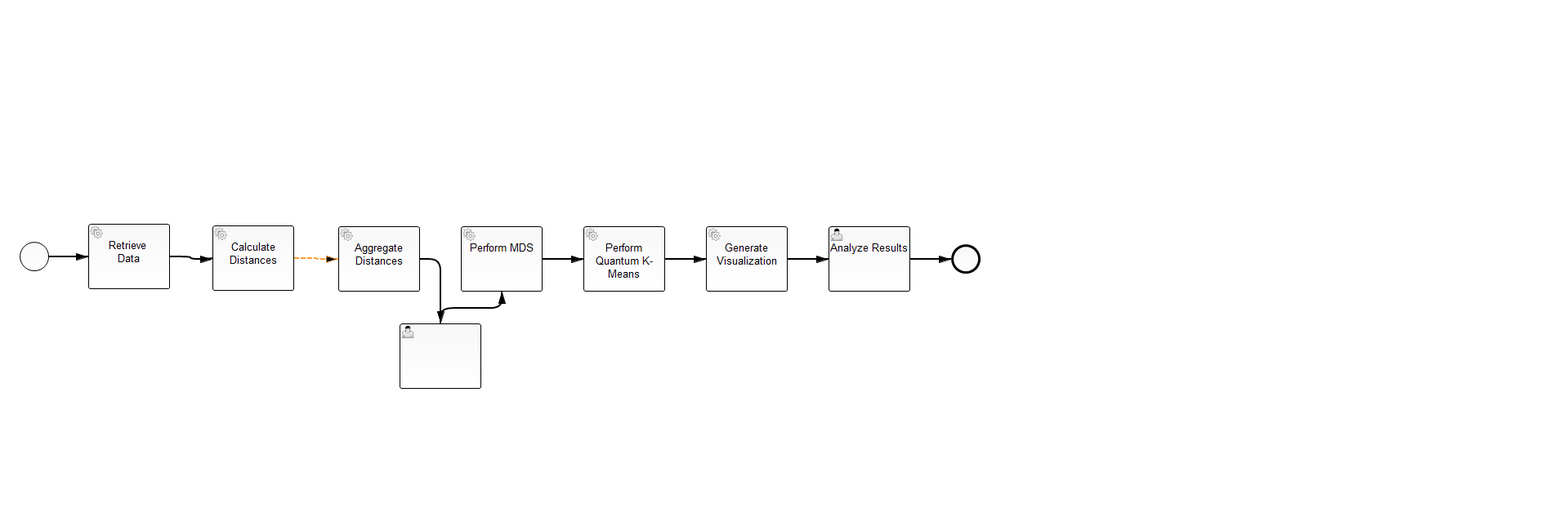
The BPMN diagram workflow/src/main/resources/qhana-workflow-demonstrator.png in wederbn/qhana-workflow-low-code, before a commit. Its source is kept beside it as workflow/src/main/resources/qhana-workflow-demonstrator.bpmn. Ids are renumbered.
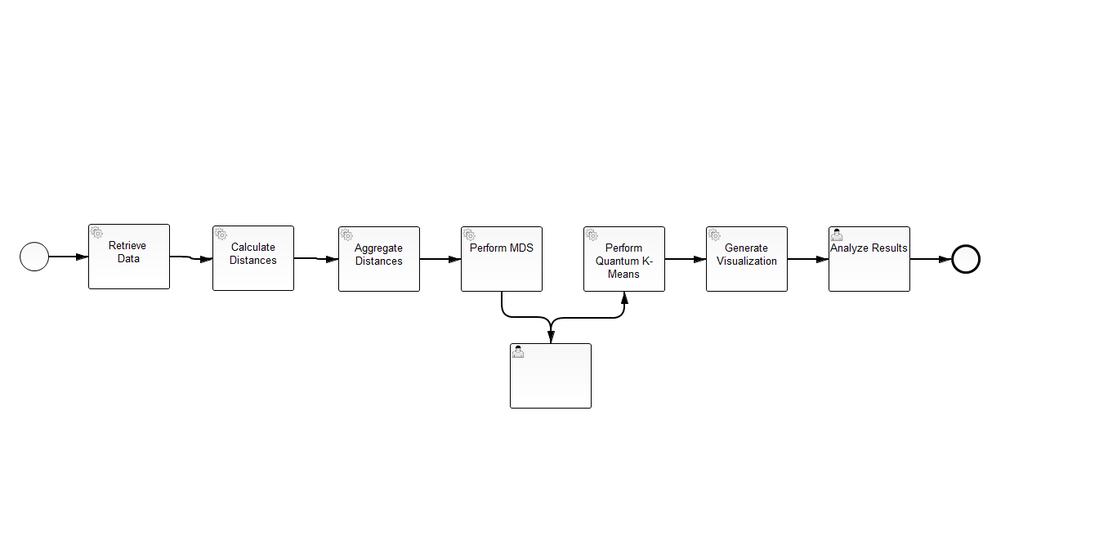
Later version of the same file.

Commit message:
Finalize workflow until MDS

Diff of the diagram source:
```diff
@@ -1,28 +1,27 @@
 <bpmn:definitions xmlns:xsi="http://www.w3.org/2001/XMLSchema-instance" xmlns:bpmn="http://www.omg.org/spec/BPMN/20100524/MODEL" xmlns:bpmndi="http://www.omg.org/spec/BPMN/20100524/DI" xmlns:camunda="http://camunda.org/schema/1.0/bpmn" xmlns:dc="http://www.omg.org/spec/DD/20100524/DC" xmlns:di="http://www.omg.org/spec/DD/20100524/DI" xsi:schemaLocation="http://www.omg.org/spec/BPMN/20100524/MODEL BPMN20.xsd" id="Definitions_n1" exporter="QuantME Modeler" exporterVersion="4.4.0" targetNamespace="http://bpmn.io/schema/bpmn">
   <bpmn:process id="quantum-workflow-demonstrator" isExecutable="true">
-    <bpmn:serviceTask id="Task_n2" camunda:async="true" camunda:class="org.quantil.quantme.demonstrator.tasks.AggregateDistancesTask" name="Aggregate Distances">
+    <bpmn:serviceTask id="Task_n2" camunda:async="true" camunda:class="org.quantil.quantme.demonstrator.tasks.AggregateDistancesTask" camunda:asyncAfter="true" name="Aggregate Distances">
       <bpmn:incoming>SequenceFlow_9</bpmn:incoming>
-      <bpmn:outgoing>SequenceFlow_1</bpmn:outgoing>
+      <bpmn:outgoing>SequenceFlow_3</bpmn:outgoing>
     </bpmn:serviceTask>
-    <bpmn:serviceTask id="ServiceTask_10" camunda:class="org.quantil.quantme.demonstrator.tasks.CalculateDistancesTask" camunda:async="true" name="Calculate Distances">
+    <bpmn:serviceTask id="ServiceTask_10" camunda:class="org.quantil.quantme.demonstrator.tasks.CalculateDistancesTask" camunda:async="true" camunda:asyncAfter="true" name="Calculate Distances">
       <bpmn:incoming>SequenceFlow_11</bpmn:incoming>
       <bpmn:outgoing>SequenceFlow_9</bpmn:outgoing>
     </bpmn:serviceTask>
-    <bpmn:serviceTask id="ServiceTask_9" camunda:class="org.quantil.quantme.demonstrator.tasks.DataLoadingTask" camunda:async="true" name="Retrieve &#xD;&#xA;Data">
+    <bpmn:serviceTask id="ServiceTask_9" camunda:class="org.quantil.quantme.demonstrator.tasks.DataLoadingTask" camunda:async="true" camunda:asyncAfter="true" name="Retrieve &#xD;&#xA;Data">
       <bpmn:incoming>SequenceFlow_n3</bpmn:incoming>
       <bpmn:outgoing>SequenceFlow_11</bpmn:outgoing>
     </bpmn:serviceTask>
     <bpmn:sequenceFlow id="SequenceFlow_11" name="" sourceRef="ServiceTask_9" targetRef="ServiceTask_10"/>
-    <bpmn:serviceTask id="ServiceTask_3" camunda:class="org.quantil.quantme.demonstrator.tasks.PerformMDSTask" name="Perform MDS">
-      <bpmn:incoming>SequenceFlow_2</bpmn:incoming>
-      <bpmn:outgoing>SequenceFlow_4</bpmn:outgoing>
+    <bpmn:serviceTask id="ServiceTask_3" camunda:class="org.quantil.quantme.demonstrator.tasks.PerformMDSTask" camunda:async="true" camunda:asyncAfter="true" name="Perform MDS">
+      <bpmn:incoming>SequenceFlow_3</bpmn:incoming>
+      <bpmn:outgoing>SequenceFlow_8</bpmn:outgoing>
     </bpmn:serviceTask>
-    <bpmn:serviceTask id="ServiceTask_4" camunda:class="org.quantil.quantme.demonstrator.tasks.PerformQuantumKMeansTask" name="Perform Quantum K-Means">
-      <bpmn:incoming>SequenceFlow_4</bpmn:incoming>
+    <bpmn:serviceTask id="ServiceTask_4" camunda:class="org.quantil.quantme.demonstrator.tasks.PerformQuantumKMeansTask" camunda:async="true" camunda:asyncAfter="true" name="Perform Quantum K-Means">
+      <bpmn:incoming>SequenceFlow_10</bpmn:incoming>
       <bpmn:outgoing>SequenceFlow_5</bpmn:outgoing>
     </bpmn:serviceTask>
-    <bpmn:sequenceFlow id="SequenceFlow_4" name="" sourceRef="ServiceTask_3" targetRef="ServiceTask_4"/>
-    <bpmn:serviceTask id="ServiceTask_5" camunda:class="org.quantil.quantme.demonstrator.tasks.GenerateVisualizationTask" name="Generate Visualization">
+    <bpmn:serviceTask id="ServiceTask_5" camunda:class="org.quantil.quantme.demonstrator.tasks.GenerateVisualizationTask" camunda:async="true" camunda:asyncAfter="true" name="Generate Visualization">
       <bpmn:incoming>SequenceFlow_5</bpmn:incoming>
       <bpmn:outgoing>SequenceFlow_6</bpmn:outgoing>
     </bpmn:serviceTask>
@@ -40,13 +39,14 @@
       <bpmn:outgoing>SequenceFlow_n3</bpmn:outgoing>
     </bpmn:startEvent>
     <bpmn:sequenceFlow id="SequenceFlow_n3" sourceRef="StartEvent_1" targetRef="ServiceTask_9"/>
-    <bpmn:sequenceFlow id="SequenceFlow_1" name="" sourceRef="Task_n2" targetRef="UserTask_2"/>
-    <bpmn:userTask id="UserTask_2">
-      <bpmn:incoming>SequenceFlow_1</bpmn:incoming>
-      <bpmn:outgoing>SequenceFlow_2</bpmn:outgoing>
+    <bpmn:sequenceFlow id="SequenceFlow_9" name="" sourceRef="ServiceTask_10" targetRef="Task_n2"/>
+    <bpmn:sequenceFlow id="SequenceFlow_3" name="" sourceRef="Task_n2" targetRef="ServiceTask_3"/>
+    <bpmn:sequenceFlow id="SequenceFlow_8" name="" sourceRef="ServiceTask_3" targetRef="UserTask_3"/>
+    <bpmn:userTask id="UserTask_3">
+      <bpmn:incoming>SequenceFlow_8</bpmn:incoming>
+      <bpmn:outgoing>SequenceFlow_10</bpmn:outgoing>
     </bpmn:userTask>
-    <bpmn:sequenceFlow id="SequenceFlow_2" name="" sourceRef="UserTask_2" targetRef="ServiceTask_3"/>
-    <bpmn:sequenceFlow id="SequenceFlow_9" name="" sourceRef="ServiceTask_10" targetRef="Task_n2"/>
+    <bpmn:sequenceFlow id="SequenceFlow_10" name="" sourceRef="UserTask_3" targetRef="ServiceTask_4"/>
   </bpmn:process>
   <bpmndi:BPMNDiagram id="BPMNDiagram_1">
     <bpmndi:BPMNPlane id="BPMNPlane_1" bpmnElement="quantum-workflow-demonstrator">
@@ -87,10 +87,6 @@
       <bpmndi:BPMNShape id="_BPMNShape_ServiceTask_14" bpmnElement="ServiceTask_4">
         <dc:Bounds height="80.0" width="100.0" x="714.0" y="277.0"/>
       </bpmndi:BPMNShape>
-      <bpmndi:BPMNEdge id="BPMNEdge_SequenceFlow_4" bpmnElement="SequenceFlow_4" sourceElement="_BPMNShape_ServiceTask_13" targetElement="_BPMNShape_ServiceTask_14">
-        <di:waypoint xsi:type="dc:Point" x="664.0" y="317.0"/>
-        <di:waypoint xsi:type="dc:Point" x="714.0" y="317.0"/>
-      </bpmndi:BPMNEdge>
       <bpmndi:BPMNShape id="_BPMNShape_ServiceTask_15" bpmnElement="ServiceTask_5">
         <dc:Bounds height="80.0" width="100.0" x="864.0" y="277.0"/>
       </bpmndi:BPMNShape>
@@ -112,29 +108,34 @@
         <di:waypoint xsi:type="dc:Point" x="1114.0" y="317.0"/>
         <di:waypoint xsi:type="dc:Point" x="1164.0" y="317.0"/>
       </bpmndi:BPMNEdge>
-      <bpmndi:BPMNShape id="_BPMNShape_UserTask_3" bpmnElement="UserTask_2">
-        <dc:Bounds height="80.0" width="100.0" x="489.0" y="396.0"/>
-      </bpmndi:BPMNShape>
-      <bpmndi:BPMNEdge id="BPMNEdge_SequenceFlow_1" bpmnElement="SequenceFlow_1" sourceElement="ServiceTask_0sbocp9_di" targetElement="_BPMNShape_UserTask_3">
-        <di:waypoint xsi:type="dc:Point" x="514.0" y="317.0"/>
-        <di:waypoint xsi:type="dc:Point" x="539.0" y="317.0"/>
-        <di:waypoint xsi:type="dc:Point" x="539.0" y="396.0"/>
-        <bpmndi:BPMNLabel>
-          <dc:Bounds height="6.0" width="6.0" x="536.0" y="367.0"/>
-        </bpmndi:BPMNLabel>
-      </bpmndi:BPMNEdge>
-      <bpmndi:BPMNEdge id="BPMNEdge_SequenceFlow_2" bpmnElement="SequenceFlow_2" sourceElement="_BPMNShape_UserTask_3" targetElement="_BPMNShape_ServiceTask_13">
-        <di:waypoint xsi:type="dc:Point" x="539.0" y="396.0"/>
-        <di:waypoint xsi:type="dc:Point" x="539.0" y="377.0"/>
-        <di:waypoint xsi:type="dc:Point" x="614.0" y="377.0"/>
-        <di:waypoint xsi:type="dc:Point" x="614.0" y="357.0"/>
-      </bpmndi:BPMNEdge>
       <bpmndi:BPMNEdge id="BPMNEdge_SequenceFlow_9" bpmnElement="SequenceFlow_9" sourceElement="_BPMNShape_ServiceTask_12" targetElement="ServiceTask_0sbocp9_di">
         <di:waypoint xsi:type="dc:Point" x="360.0" y="316.0"/>
         <di:waypoint xsi:type="dc:Point" x="387.0" y="316.0"/>
         <di:waypoint xsi:type="dc:Point" x="387.0" y="317.0"/>
         <di:waypoint xsi:type="dc:Point" x="414.0" y="317.0"/>
       </bpmndi:BPMNEdge>
+      <bpmndi:BPMNEdge id="BPMNEdge_SequenceFlow_3" bpmnElement="SequenceFlow_3" sourceElement="ServiceTask_0sbocp9_di" targetElement="_BPMNShape_ServiceTask_13">
+        <di:waypoint xsi:type="dc:Point" x="514.0" y="317.0"/>
+        <di:waypoint xsi:type="dc:Point" x="564.0" y="317.0"/>
+      </bpmndi:BPMNEdge>
+      <bpmndi:BPMNShape id="_BPMNShape_UserTask_4" bpmnElement="UserTask_3">
+        <dc:Bounds height="80.0" width="100.0" x="624.0" y="420.0"/>
+      </bpmndi:BPMNShape>
+      <bpmndi:BPMNEdge id="BPMNEdge_SequenceFlow_8" bpmnElement="SequenceFlow_8" sourceElement="_BPMNShape_ServiceTask_13" targetElement="_BPMNShape_UserTask_4">
+        <di:waypoint xsi:type="dc:Point" x="614.0" y="357.0"/>
+        <di:waypoint xsi:type="dc:Point" x="614.0" y="388.0"/>
+        <di:waypoint xsi:type="dc:Point" x="674.0" y="388.0"/>
+        <di:waypoint xsi:type="dc:Point" x="674.0" y="420.0"/>
+        <bpmndi:BPMNLabel>
+          <dc:Bounds height="6.0" width="6.0" x="655.0" y="388.0"/>
+        </bpmndi:BPMNLabel>
+      </bpmndi:BPMNEdge>
+      <bpmndi:BPMNEdge id="BPMNEdge_SequenceFlow_10" bpmnElement="SequenceFlow_10" sourceElement="_BPMNShape_UserTask_4" targetElement="_BPMNShape_ServiceTask_14">
+        <di:waypoint xsi:type="dc:Point" x="674.0" y="420.0"/>
+        <di:waypoint xsi:type="dc:Point" x="674.0" y="389.0"/>
+        <di:waypoint xsi:type="dc:Point" x="764.0" y="389.0"/>
+        <di:waypoint xsi:type="dc:Point" x="764.0" y="357.0"/>
+      </bpmndi:BPMNEdge>
     </bpmndi:BPMNPlane>
   </bpmndi:BPMNDiagram>
 </bpmn:definitions>
```
